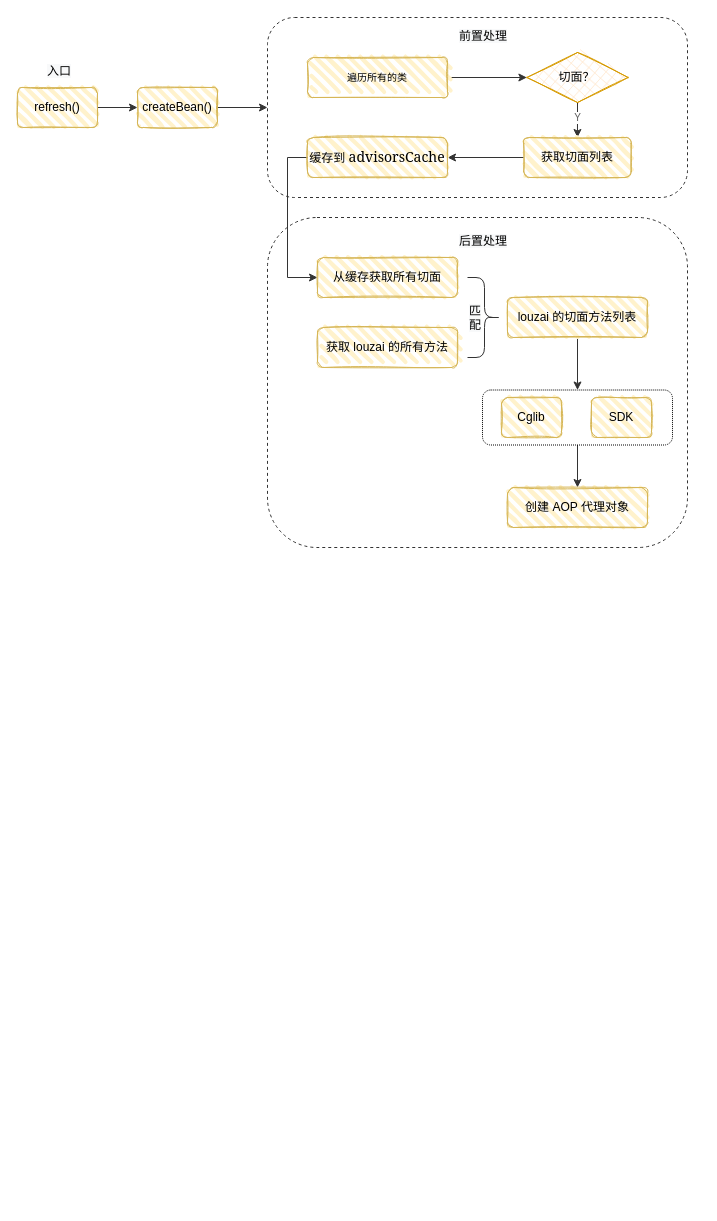
Before: drawfile/AOP.drawio in lml200701158/draw, a draw.io diagram. Source tidied: cells renumbered, new cells numbered last; positions are measured from the earlier drawing's top-left corner, leaving out a move shared by most shapes. Both pictures are drawn from the tidied source at 100%, with x=0, y=0 at pixel (17, 17).
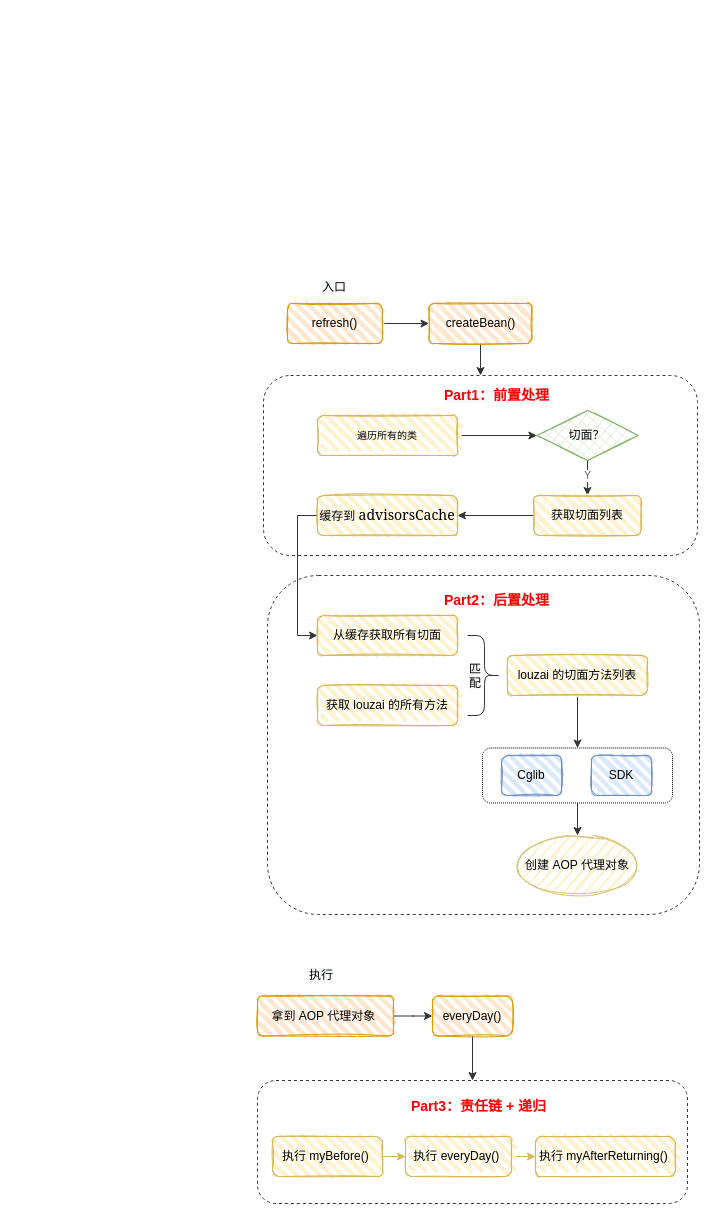
The same diagram, later.

Diff of the diagram source:
```diff
@@
+    <mxCell id="31" style="rounded=1;whiteSpace=wrap;html=1;strokeColor=#333333;fontColor=#5C5C5C;fillColor=none;dashed=1;" parent="1" vertex="1">
+      <mxGeometry x="240" y="1063" width="430" height="123" as="geometry" />
+    </mxCell>
@@
-    <mxCell id="3" value="refresh()" style="rounded=1;whiteSpace=wrap;html=1;strokeWidth=1;fillWeight=4;hachureGap=8;hachureAngle=45;fillColor=#fff2cc;sketch=1;strokeColor=#d6b656;gradientColor=none;" parent="1" vertex="1">
-      <mxGeometry y="70" width="80" height="40" as="geometry" />
+    <mxCell id="3" value="refresh()" style="rounded=1;whiteSpace=wrap;html=1;strokeWidth=1;fillWeight=4;hachureGap=8;hachureAngle=45;fillColor=#ffe6cc;sketch=1;strokeColor=#d79b00;" parent="1" vertex="1">
+      <mxGeometry x="270" y="286" width="95" height="40" as="geometry" />
     </mxCell>
-    <mxCell id="4" style="edgeStyle=orthogonalEdgeStyle;rounded=0;jettySize=auto;html=1;entryX=0;entryY=0.5;entryDx=0;entryDy=0;strokeColor=#333333;fontSize=10;fontColor=#5C5C5C;fillColor=#21C0A5;" parent="1" edge="1" source="5" target="6">
+    <mxCell id="4" style="edgeStyle=orthogonalEdgeStyle;rounded=0;jettySize=auto;html=1;entryX=0.5;entryY=0;entryDx=0;entryDy=0;strokeColor=#333333;fontSize=10;fontColor=#5C5C5C;fillColor=#21C0A5;" parent="1" edge="1" source="5" target="6">
       <mxGeometry relative="1" as="geometry" />
     </mxCell>
-    <mxCell id="5" value="createBean()" style="rounded=1;whiteSpace=wrap;html=1;strokeWidth=1;fillWeight=4;hachureGap=8;hachureAngle=45;fillColor=#fff2cc;sketch=1;strokeColor=#d6b656;gradientColor=none;" parent="1" vertex="1">
-      <mxGeometry x="120" y="70" width="80" height="40" as="geometry" />
+    <mxCell id="5" value="createBean()" style="rounded=1;whiteSpace=wrap;html=1;strokeWidth=1;fillWeight=4;hachureGap=8;hachureAngle=45;fillColor=#ffe6cc;sketch=1;strokeColor=#d79b00;" parent="1" vertex="1">
+      <mxGeometry x="411.5" y="286" width="103" height="40" as="geometry" />
     </mxCell>
     <mxCell id="6" style="rounded=1;whiteSpace=wrap;html=1;strokeColor=#333333;fontColor=#5C5C5C;fillColor=none;dashed=1;" parent="1" vertex="1">
-      <mxGeometry x="250" width="420" height="180" as="geometry" />
+      <mxGeometry x="246" y="358" width="434" height="180" as="geometry" />
     </mxCell>
-    <mxCell id="7" value="&lt;span style=&quot;color: rgb(0, 0, 0); font-family: Helvetica; font-size: 12px; font-style: normal; font-variant-ligatures: normal; font-variant-caps: normal; font-weight: 400; letter-spacing: normal; orphans: 2; text-align: center; text-indent: 0px; text-transform: none; widows: 2; word-spacing: 0px; -webkit-text-stroke-width: 0px; background-color: rgb(248, 249, 250); text-decoration-thickness: initial; text-decoration-style: initial; text-decoration-color: initial; float: none; display: inline !important;&quot;&gt;前置处理&lt;/span&gt;" style="text;whiteSpace=wrap;html=1;fontColor=#5C5C5C;" parent="1" vertex="1">
-      <mxGeometry x="440" y="5" width="60" height="30" as="geometry" />
+    <mxCell id="7" value="&lt;span style=&quot;font-family: Helvetica; font-style: normal; font-variant-ligatures: normal; font-variant-caps: normal; letter-spacing: normal; orphans: 2; text-align: center; text-indent: 0px; text-transform: none; widows: 2; word-spacing: 0px; -webkit-text-stroke-width: 0px; background-color: rgb(248, 249, 250); text-decoration-thickness: initial; text-decoration-style: initial; text-decoration-color: initial; float: none; display: inline !important;&quot;&gt;&lt;font color=&quot;#ff0000&quot; style=&quot;font-size: 14px;&quot;&gt;&lt;b&gt;Part1：前置处理&lt;/b&gt;&lt;/font&gt;&lt;/span&gt;" style="text;whiteSpace=wrap;html=1;fontColor=#5C5C5C;" parent="1" vertex="1">
+      <mxGeometry x="425" y="363" width="110" height="30" as="geometry" />
     </mxCell>
     <mxCell id="8" style="rounded=1;whiteSpace=wrap;html=1;strokeColor=#333333;fontColor=#5C5C5C;fillColor=none;dashed=1;" parent="1" vertex="1">
-      <mxGeometry x="250" y="200" width="420" height="330" as="geometry" />
+      <mxGeometry x="250" y="558" width="432" height="339" as="geometry" />
     </mxCell>
-    <mxCell id="9" value="&lt;span style=&quot;color: rgb(0, 0, 0); font-family: Helvetica; font-size: 12px; font-style: normal; font-variant-ligatures: normal; font-variant-caps: normal; font-weight: 400; letter-spacing: normal; orphans: 2; text-align: center; text-indent: 0px; text-transform: none; widows: 2; word-spacing: 0px; -webkit-text-stroke-width: 0px; background-color: rgb(248, 249, 250); text-decoration-thickness: initial; text-decoration-style: initial; text-decoration-color: initial; float: none; display: inline !important;&quot;&gt;后置处理&lt;/span&gt;" style="text;whiteSpace=wrap;html=1;fontColor=#5C5C5C;" parent="1" vertex="1">
-      <mxGeometry x="440" y="210" width="60" height="30" as="geometry" />
+    <mxCell id="9" value="&lt;span style=&quot;font-family: Helvetica; font-style: normal; font-variant-ligatures: normal; font-variant-caps: normal; letter-spacing: normal; orphans: 2; text-align: center; text-indent: 0px; text-transform: none; widows: 2; word-spacing: 0px; -webkit-text-stroke-width: 0px; background-color: rgb(248, 249, 250); text-decoration-thickness: initial; text-decoration-style: initial; text-decoration-color: initial; float: none; display: inline !important;&quot;&gt;&lt;font color=&quot;#ff0000&quot; style=&quot;font-size: 14px;&quot;&gt;&lt;b&gt;Part2：后置处理&lt;/b&gt;&lt;/font&gt;&lt;/span&gt;" style="text;whiteSpace=wrap;html=1;fontColor=#5C5C5C;" parent="1" vertex="1">
+      <mxGeometry x="425" y="568" width="110" height="30" as="geometry" />
     </mxCell>
@@
-    <mxCell id="11" value="&lt;font style=&quot;font-size: 10px;&quot;&gt;遍历所有的类&lt;/font&gt;" style="rounded=1;whiteSpace=wrap;html=1;strokeWidth=1;fillWeight=4;hachureGap=8;hachureAngle=45;fillColor=#fff2cc;sketch=1;strokeColor=#d6b656;gradientColor=none;" parent="1" vertex="1">
-      <mxGeometry x="290" y="40" width="140" height="40" as="geometry" />
+    <mxCell id="11" value="&lt;font style=&quot;font-size: 10px;&quot;&gt;遍历所有的类&lt;/font&gt;" style="rounded=1;whiteSpace=wrap;html=1;strokeWidth=1;fillWeight=4;hachureGap=8;hachureAngle=45;fillColor=#fff2cc;sketch=1;strokeColor=#d6b656;" parent="1" vertex="1">
+      <mxGeometry x="300" y="398" width="140" height="40" as="geometry" />
     </mxCell>
@@
-    <mxCell id="14" value="切面？" style="rhombus;whiteSpace=wrap;html=1;strokeWidth=1;fillWeight=-1;hachureGap=8;fillStyle=cross-hatch;fillColor=#ffe6cc;sketch=1;strokeColor=#d79b00;" parent="1" vertex="1">
-      <mxGeometry x="509.4" y="35" width="101.2" height="50" as="geometry" />
+    <mxCell id="14" value="切面？" style="rhombus;whiteSpace=wrap;html=1;strokeWidth=1;fillWeight=-1;hachureGap=8;fillStyle=cross-hatch;fillColor=#d5e8d4;sketch=1;strokeColor=#82b366;" parent="1" vertex="1">
+      <mxGeometry x="519.4" y="393" width="101.2" height="50" as="geometry" />
     </mxCell>
@@
-    <mxCell id="16" value="获取切面列表" style="rounded=1;whiteSpace=wrap;html=1;strokeWidth=1;fillWeight=4;hachureGap=8;hachureAngle=45;fillColor=#fff2cc;sketch=1;strokeColor=#d6b656;gradientColor=none;" parent="1" vertex="1">
-      <mxGeometry x="506.2" y="120" width="107.5" height="40" as="geometry" />
+    <mxCell id="16" value="获取切面列表" style="rounded=1;whiteSpace=wrap;html=1;strokeWidth=1;fillWeight=4;hachureGap=8;hachureAngle=45;fillColor=#fff2cc;sketch=1;strokeColor=#d6b656;" parent="1" vertex="1">
+      <mxGeometry x="516.2" y="478" width="107.5" height="40" as="geometry" />
     </mxCell>
@@
-    <mxCell id="18" value="缓存到&amp;nbsp;&lt;span style=&quot;color: rgb(1, 1, 1); font-family: Optima-Regular, Optima, PingFangSC-Regular, PingFangTC-Regular, &amp;quot;PingFang SC&amp;quot;, Cambria, Cochin, Georgia, Times, &amp;quot;Times New Roman&amp;quot;, serif; font-size: 14px; text-align: left;&quot;&gt;advisorsCache&lt;/span&gt;" style="rounded=1;whiteSpace=wrap;html=1;strokeWidth=1;fillWeight=4;hachureGap=8;hachureAngle=45;fillColor=#fff2cc;sketch=1;strokeColor=#d6b656;gradientColor=none;" parent="1" vertex="1">
-      <mxGeometry x="290" y="120" width="140" height="40" as="geometry" />
+    <mxCell id="18" value="缓存到&amp;nbsp;&lt;span style=&quot;color: rgb(1, 1, 1); font-family: Optima-Regular, Optima, PingFangSC-Regular, PingFangTC-Regular, &amp;quot;PingFang SC&amp;quot;, Cambria, Cochin, Georgia, Times, &amp;quot;Times New Roman&amp;quot;, serif; font-size: 14px; text-align: left;&quot;&gt;advisorsCache&lt;/span&gt;" style="rounded=1;whiteSpace=wrap;html=1;strokeWidth=1;fillWeight=4;hachureGap=8;hachureAngle=45;fillColor=#fff2cc;sketch=1;strokeColor=#d6b656;" parent="1" vertex="1">
+      <mxGeometry x="300" y="478" width="140" height="40" as="geometry" />
     </mxCell>
     <mxCell id="19" value="从缓存获取所有切面" style="rounded=1;whiteSpace=wrap;html=1;strokeWidth=1;fillWeight=4;hachureGap=8;hachureAngle=45;fillColor=#fff2cc;sketch=1;strokeColor=#d6b656;gradientColor=none;" parent="1" vertex="1">
-      <mxGeometry x="300" y="240" width="140" height="40" as="geometry" />
+      <mxGeometry x="300" y="598" width="140" height="40" as="geometry" />
     </mxCell>
     <mxCell id="20" value="获取 louzai 的所有方法" style="rounded=1;whiteSpace=wrap;html=1;strokeWidth=1;fillWeight=4;hachureGap=8;hachureAngle=45;fillColor=#fff2cc;sketch=1;strokeColor=#d6b656;gradientColor=none;" parent="1" vertex="1">
-      <mxGeometry x="300" y="310" width="140" height="40" as="geometry" />
+      <mxGeometry x="300" y="668" width="140" height="40" as="geometry" />
     </mxCell>
     <mxCell id="21" style="shape=curlyBracket;whiteSpace=wrap;html=1;rounded=1;flipH=1;labelBackgroundColor=none;strokeColor=#333333;strokeWidth=1;fontSize=10;fontColor=#5C5C5C;fillColor=none;" parent="1" vertex="1">
-      <mxGeometry x="450" y="260" width="34" height="80" as="geometry" />
+      <mxGeometry x="450" y="618" width="34" height="80" as="geometry" />
     </mxCell>
@@
     <mxCell id="23" value="louzai 的切面方法列表" style="rounded=1;whiteSpace=wrap;html=1;strokeWidth=1;fillWeight=4;hachureGap=8;hachureAngle=45;fillColor=#fff2cc;sketch=1;strokeColor=#d6b656;gradientColor=none;" parent="1" vertex="1">
-      <mxGeometry x="490" y="280" width="140" height="40" as="geometry" />
+      <mxGeometry x="490" y="638" width="140" height="40" as="geometry" />
     </mxCell>
     <mxCell id="24" value="&lt;span style=&quot;color: rgb(0, 0, 0); font-family: Helvetica; font-size: 12px; font-style: normal; font-variant-ligatures: normal; font-variant-caps: normal; font-weight: 400; letter-spacing: normal; orphans: 2; text-align: center; text-indent: 0px; text-transform: none; widows: 2; word-spacing: 0px; -webkit-text-stroke-width: 0px; background-color: rgb(248, 249, 250); text-decoration-thickness: initial; text-decoration-style: initial; text-decoration-color: initial; float: none; display: inline !important;&quot;&gt;匹&lt;br&gt;配&lt;/span&gt;" style="text;whiteSpace=wrap;html=1;fontSize=10;fontColor=#5C5C5C;" parent="1" vertex="1">
-      <mxGeometry x="450" y="280" width="10" height="30" as="geometry" />
+      <mxGeometry x="450" y="638" width="10" height="30" as="geometry" />
     </mxCell>
@@
     <mxCell id="26" style="rounded=1;whiteSpace=wrap;html=1;strokeColor=default;fontColor=#5C5C5C;fillColor=none;dashed=1;dashPattern=1 1;" parent="1" vertex="1">
-      <mxGeometry x="465" y="372.5" width="190" height="55" as="geometry" />
+      <mxGeometry x="465" y="730.5" width="190" height="55" as="geometry" />
     </mxCell>
-    <mxCell id="27" value="Cglib" style="rounded=1;whiteSpace=wrap;html=1;strokeWidth=1;fillWeight=4;hachureGap=8;hachureAngle=45;fillColor=#fff2cc;sketch=1;strokeColor=#d6b656;gradientColor=none;" parent="1" vertex="1">
-      <mxGeometry x="484" y="380" width="60" height="40" as="geometry" />
+    <mxCell id="27" value="Cglib" style="rounded=1;whiteSpace=wrap;html=1;strokeWidth=1;fillWeight=4;hachureGap=8;hachureAngle=45;fillColor=#dae8fc;sketch=1;strokeColor=#6c8ebf;" parent="1" vertex="1">
+      <mxGeometry x="484" y="738" width="60" height="40" as="geometry" />
     </mxCell>
-    <mxCell id="28" value="SDK" style="rounded=1;whiteSpace=wrap;html=1;strokeWidth=1;fillWeight=4;hachureGap=8;hachureAngle=45;fillColor=#fff2cc;sketch=1;strokeColor=#d6b656;gradientColor=none;" parent="1" vertex="1">
-      <mxGeometry x="574" y="380" width="60" height="40" as="geometry" />
+    <mxCell id="28" value="SDK" style="rounded=1;whiteSpace=wrap;html=1;strokeWidth=1;fillWeight=4;hachureGap=8;hachureAngle=45;fillColor=#dae8fc;sketch=1;strokeColor=#6c8ebf;" parent="1" vertex="1">
+      <mxGeometry x="574" y="738" width="60" height="40" as="geometry" />
     </mxCell>
+    <mxCell id="30" value="&lt;span style=&quot;color: rgb(0, 0, 0); font-family: Helvetica; font-size: 12px; font-style: normal; font-variant-ligatures: normal; font-variant-caps: normal; font-weight: 400; letter-spacing: normal; orphans: 2; text-align: center; text-indent: 0px; text-transform: none; widows: 2; word-spacing: 0px; -webkit-text-stroke-width: 0px; background-color: rgb(248, 249, 250); text-decoration-thickness: initial; text-decoration-style: initial; text-decoration-color: initial; float: none; display: inline !important;&quot;&gt;入口&lt;/span&gt;" style="text;whiteSpace=wrap;html=1;fontSize=10;fontColor=#5C5C5C;" parent="1" vertex="1">
+      <mxGeometry x="303" y="256" width="50" height="30" as="geometry" />
+    </mxCell>
-    <mxCell id="29" value="创建 AOP 代理对象" style="rounded=1;whiteSpace=wrap;html=1;strokeWidth=1;fillWeight=4;hachureGap=8;hachureAngle=45;fillColor=#fff2cc;sketch=1;strokeColor=#d6b656;gradientColor=none;" parent="1" vertex="1">
-      <mxGeometry x="490" y="470" width="140" height="40" as="geometry" />
+    <mxCell id="29" value="&lt;span style=&quot;font-size: 12px;&quot;&gt;创建 AOP 代理对象&lt;/span&gt;" style="ellipse;whiteSpace=wrap;html=1;strokeWidth=1;fillWeight=2;hachureGap=8;fillColor=#fff2cc;fillStyle=dots;sketch=1;dashed=1;dashPattern=1 1;labelBackgroundColor=none;strokeColor=#d6b656;fontSize=10;" parent="1" vertex="1">
+      <mxGeometry x="497" y="818" width="126" height="60" as="geometry" />
     </mxCell>
-    <mxCell id="30" value="&lt;span style=&quot;color: rgb(0, 0, 0); font-family: Helvetica; font-size: 12px; font-style: normal; font-variant-ligatures: normal; font-variant-caps: normal; font-weight: 400; letter-spacing: normal; orphans: 2; text-align: center; text-indent: 0px; text-transform: none; widows: 2; word-spacing: 0px; -webkit-text-stroke-width: 0px; background-color: rgb(248, 249, 250); text-decoration-thickness: initial; text-decoration-style: initial; text-decoration-color: initial; float: none; display: inline !important;&quot;&gt;入口&lt;/span&gt;" style="text;whiteSpace=wrap;html=1;fontSize=10;fontColor=#5C5C5C;" parent="1" vertex="1">
-      <mxGeometry x="28" y="40" width="50" height="30" as="geometry" />
-    </mxCell>
+    <mxCell id="32" style="edgeStyle=orthogonalEdgeStyle;rounded=0;jettySize=auto;html=1;strokeColor=#333333;fontSize=14;fontColor=#FF0000;fillColor=#21C0A5;" parent="1" edge="1" source="33" target="31">
+      <mxGeometry relative="1" as="geometry" />
+    </mxCell>
+    <mxCell id="33" value="everyDay()" style="rounded=1;whiteSpace=wrap;html=1;strokeWidth=1;fillWeight=4;hachureGap=8;hachureAngle=45;fillColor=#ffe6cc;sketch=1;strokeColor=#d79b00;" parent="1" vertex="1">
+      <mxGeometry x="415" y="978.5" width="80" height="40" as="geometry" />
+    </mxCell>
+    <mxCell id="34" style="edgeStyle=orthogonalEdgeStyle;rounded=0;jettySize=auto;html=1;strokeColor=#333333;fontSize=14;fontColor=#FF0000;fillColor=#21C0A5;" parent="1" edge="1" source="35" target="33">
+      <mxGeometry relative="1" as="geometry" />
+    </mxCell>
+    <mxCell id="35" value="拿到 AOP 代理对象&amp;nbsp;" style="rounded=1;whiteSpace=wrap;html=1;strokeWidth=1;fillWeight=4;hachureGap=8;hachureAngle=45;fillColor=#ffe6cc;sketch=1;strokeColor=#d79b00;" parent="1" vertex="1">
+      <mxGeometry x="240" y="978.5" width="136" height="40" as="geometry" />
+    </mxCell>
+    <mxCell id="36" value="&lt;span style=&quot;color: rgb(0, 0, 0); font-family: Helvetica; font-size: 12px; font-style: normal; font-variant-ligatures: normal; font-variant-caps: normal; font-weight: 400; letter-spacing: normal; orphans: 2; text-align: center; text-indent: 0px; text-transform: none; widows: 2; word-spacing: 0px; -webkit-text-stroke-width: 0px; background-color: rgb(248, 249, 250); text-decoration-thickness: initial; text-decoration-style: initial; text-decoration-color: initial; float: none; display: inline !important;&quot;&gt;执行&lt;/span&gt;" style="text;whiteSpace=wrap;html=1;fontSize=14;fontColor=#FF0000;" parent="1" vertex="1">
+      <mxGeometry x="290" y="942" width="40" height="30" as="geometry" />
+    </mxCell>
+    <mxCell id="37" style="edgeStyle=orthogonalEdgeStyle;rounded=0;jettySize=auto;html=1;strokeColor=#d6b656;fontSize=14;fontColor=#FF0000;fillColor=#fff2cc;" parent="1" edge="1" source="38" target="40">
+      <mxGeometry relative="1" as="geometry" />
+    </mxCell>
+    <mxCell id="38" value="执行 myBefore()&amp;nbsp;" style="rounded=1;whiteSpace=wrap;html=1;strokeWidth=1;fillWeight=4;hachureGap=8;hachureAngle=45;fillColor=#fff2cc;sketch=1;strokeColor=#d6b656;" parent="1" vertex="1">
+      <mxGeometry x="255" y="1119" width="110" height="40" as="geometry" />
+    </mxCell>
+    <mxCell id="39" style="edgeStyle=orthogonalEdgeStyle;rounded=0;jettySize=auto;html=1;strokeColor=#d6b656;fontSize=14;fontColor=#FF0000;fillColor=#fff2cc;" parent="1" edge="1" source="40" target="41">
+      <mxGeometry relative="1" as="geometry" />
+    </mxCell>
+    <mxCell id="40" value="执行 everyDay()&amp;nbsp;" style="rounded=1;whiteSpace=wrap;html=1;strokeWidth=1;fillWeight=4;hachureGap=8;hachureAngle=45;fillColor=#fff2cc;sketch=1;strokeColor=#d6b656;" parent="1" vertex="1">
+      <mxGeometry x="388" y="1119" width="106" height="40" as="geometry" />
+    </mxCell>
+    <mxCell id="41" value="执行 myAfterReturning()&amp;nbsp;" style="rounded=1;whiteSpace=wrap;html=1;strokeWidth=1;fillWeight=4;hachureGap=8;hachureAngle=45;fillColor=#fff2cc;sketch=1;strokeColor=#d6b656;" parent="1" vertex="1">
+      <mxGeometry x="518" y="1119" width="140" height="40" as="geometry" />
+    </mxCell>
+    <mxCell id="42" value="&lt;div style=&quot;text-align: center;&quot;&gt;&lt;span style=&quot;background-color: initial;&quot;&gt;&lt;b&gt;Part3：责任链 + 递归&lt;/b&gt;&lt;/span&gt;&lt;/div&gt;" style="text;whiteSpace=wrap;html=1;fontSize=14;fontColor=#FF0000;" parent="1" vertex="1">
+      <mxGeometry x="392" y="1074" width="165" height="40" as="geometry" />
+    </mxCell>
```
